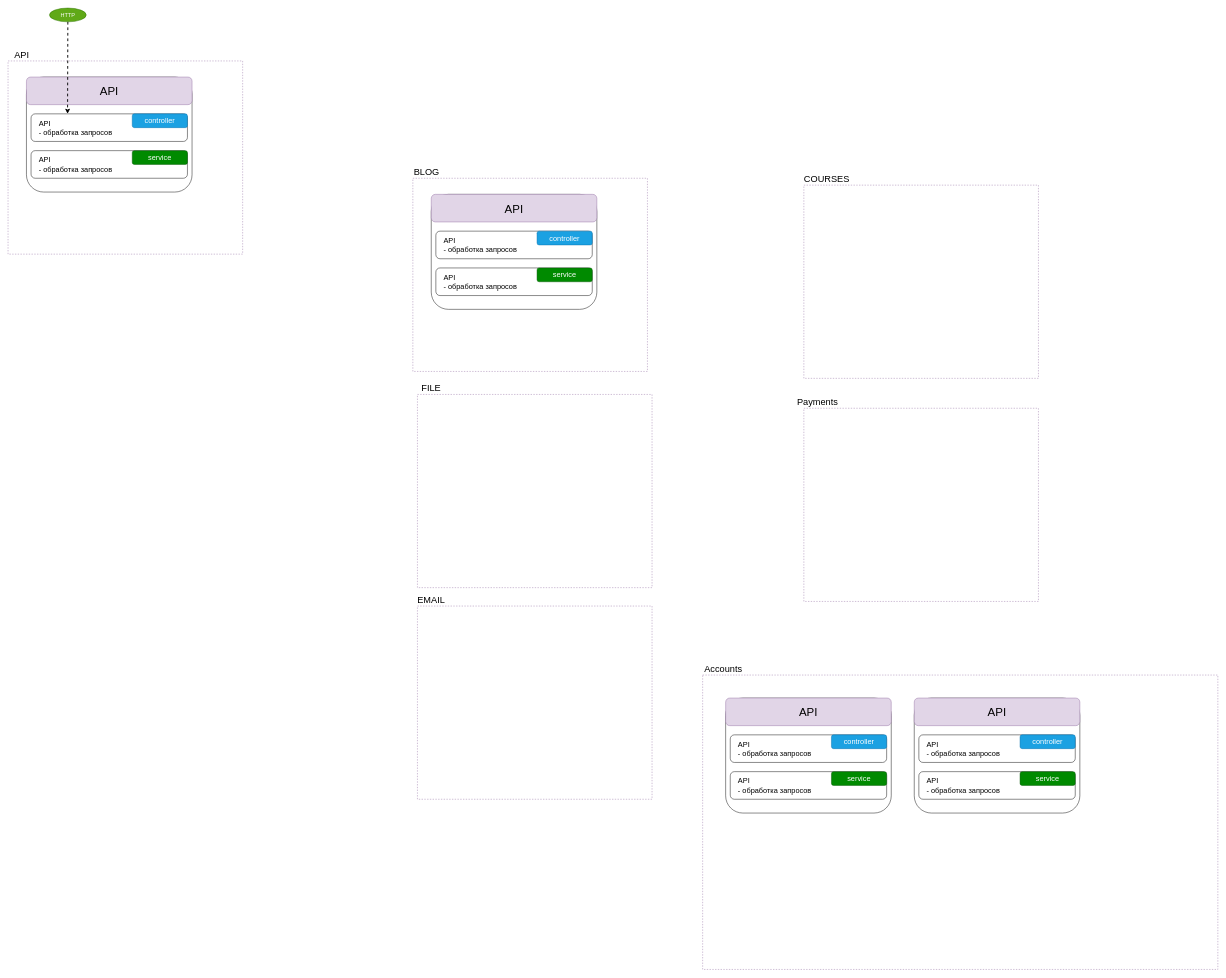
Above: Диаграмма без названия.drawio in Ledich19/_mind-map- (draw.io), before the change. Source tidied: cells renumbered, new cells numbered last; positions are measured from the earlier drawing's top-left corner, leaving out a move shared by most shapes. Both pictures are drawn from the tidied source at 46%, with x=0, y=0 at pixel (8, 8).
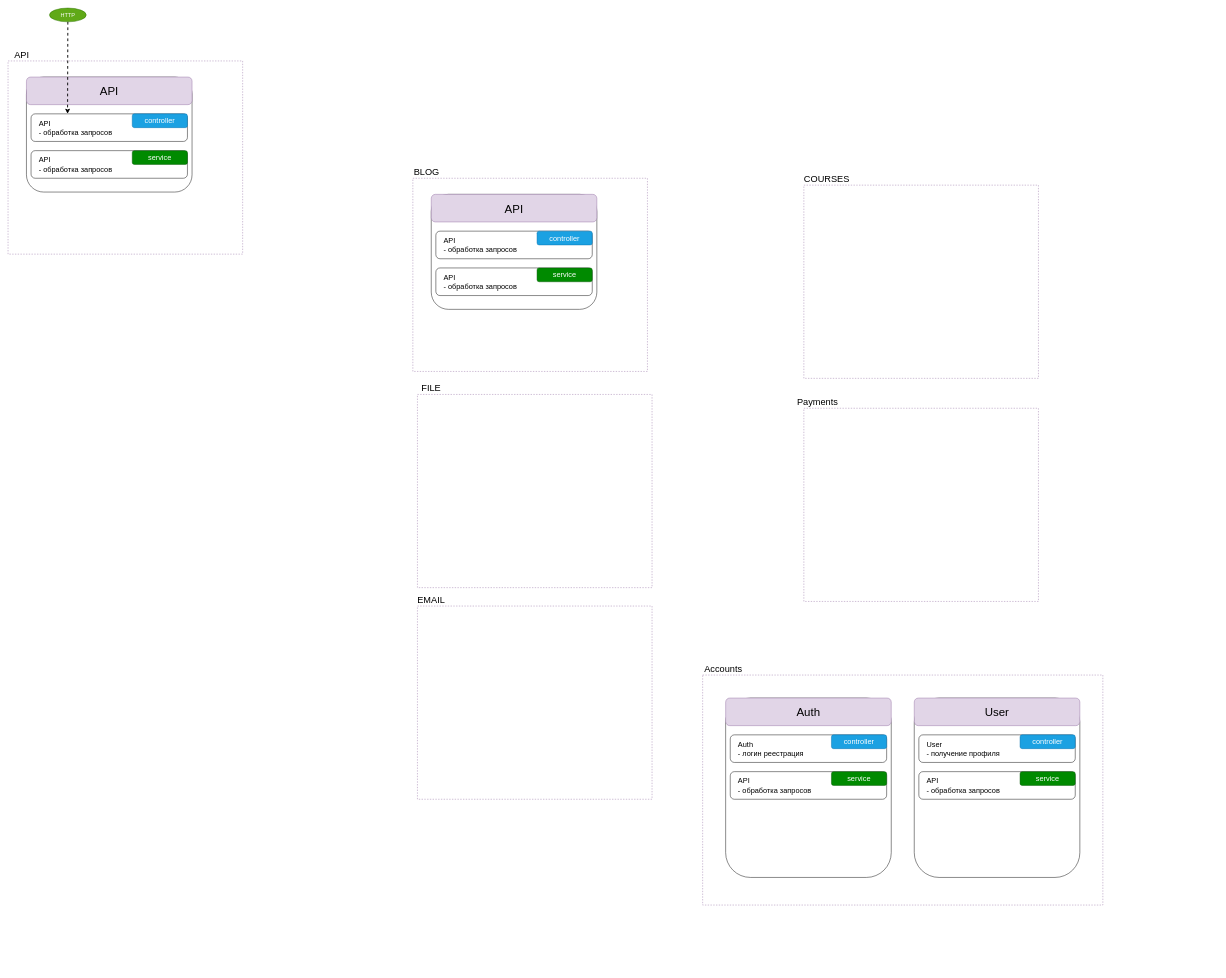
The same diagram, later.

What changed in the source:
```diff
@@
     <mxCell id="30" style="rounded=0;whiteSpace=wrap;html=1;fillColor=none;strokeColor=#9673a6;dashed=1;glass=0;" parent="1" vertex="1">
-      <mxGeometry x="1510" y="1450" width="1120" height="640" as="geometry" />
+      <mxGeometry x="1510" y="1450" width="870" height="500" as="geometry" />
     </mxCell>
@@
     <mxCell id="32" style="rounded=1;whiteSpace=wrap;html=1;" parent="1" vertex="1">
-      <mxGeometry x="1560" y="1500" width="360" height="250" as="geometry" />
+      <mxGeometry x="1560" y="1500" width="360" height="390" as="geometry" />
     </mxCell>
-    <mxCell id="33" value="&lt;font style=&quot;font-size: 25px;&quot;&gt;API&lt;/font&gt;" style="rounded=1;whiteSpace=wrap;html=1;fillColor=#e1d5e7;strokeColor=#9673a6;" parent="1" vertex="1">
+    <mxCell id="33" value="&lt;font style=&quot;font-size: 25px;&quot;&gt;Auth&lt;/font&gt;" style="rounded=1;whiteSpace=wrap;html=1;fillColor=#e1d5e7;strokeColor=#9673a6;" parent="1" vertex="1">
       <mxGeometry x="1560" y="1500" width="360" height="60" as="geometry" />
     </mxCell>
-    <mxCell id="34" value="&lt;font style=&quot;font-size: 16px;&quot;&gt;API&lt;br&gt;- обработка запросов&lt;/font&gt;" style="rounded=1;whiteSpace=wrap;html=1;align=left;spacingLeft=15;" parent="1" vertex="1">
+    <mxCell id="34" value="&lt;font style=&quot;font-size: 16px;&quot;&gt;Auth&lt;br&gt;- логин реестрация&lt;/font&gt;" style="rounded=1;whiteSpace=wrap;html=1;align=left;spacingLeft=15;" parent="1" vertex="1">
       <mxGeometry x="1570" y="1580" width="340" height="60" as="geometry" />
     </mxCell>
@@
     <mxCell id="38" style="rounded=1;whiteSpace=wrap;html=1;" parent="1" vertex="1">
-      <mxGeometry x="1970" y="1500" width="360" height="250" as="geometry" />
+      <mxGeometry x="1970" y="1500" width="360" height="390" as="geometry" />
     </mxCell>
-    <mxCell id="39" value="&lt;font style=&quot;font-size: 25px;&quot;&gt;API&lt;/font&gt;" style="rounded=1;whiteSpace=wrap;html=1;fillColor=#e1d5e7;strokeColor=#9673a6;" parent="1" vertex="1">
+    <mxCell id="39" value="&lt;font style=&quot;font-size: 25px;&quot;&gt;User&lt;/font&gt;" style="rounded=1;whiteSpace=wrap;html=1;fillColor=#e1d5e7;strokeColor=#9673a6;" parent="1" vertex="1">
       <mxGeometry x="1970" y="1500" width="360" height="60" as="geometry" />
     </mxCell>
-    <mxCell id="40" value="&lt;font style=&quot;font-size: 16px;&quot;&gt;API&lt;br&gt;- обработка запросов&lt;/font&gt;" style="rounded=1;whiteSpace=wrap;html=1;align=left;spacingLeft=15;" parent="1" vertex="1">
+    <mxCell id="40" value="&lt;font style=&quot;font-size: 16px;&quot;&gt;User&lt;br&gt;- получение профиля&lt;/font&gt;" style="rounded=1;whiteSpace=wrap;html=1;align=left;spacingLeft=15;" parent="1" vertex="1">
       <mxGeometry x="1980" y="1580" width="340" height="60" as="geometry" />
     </mxCell>
```
